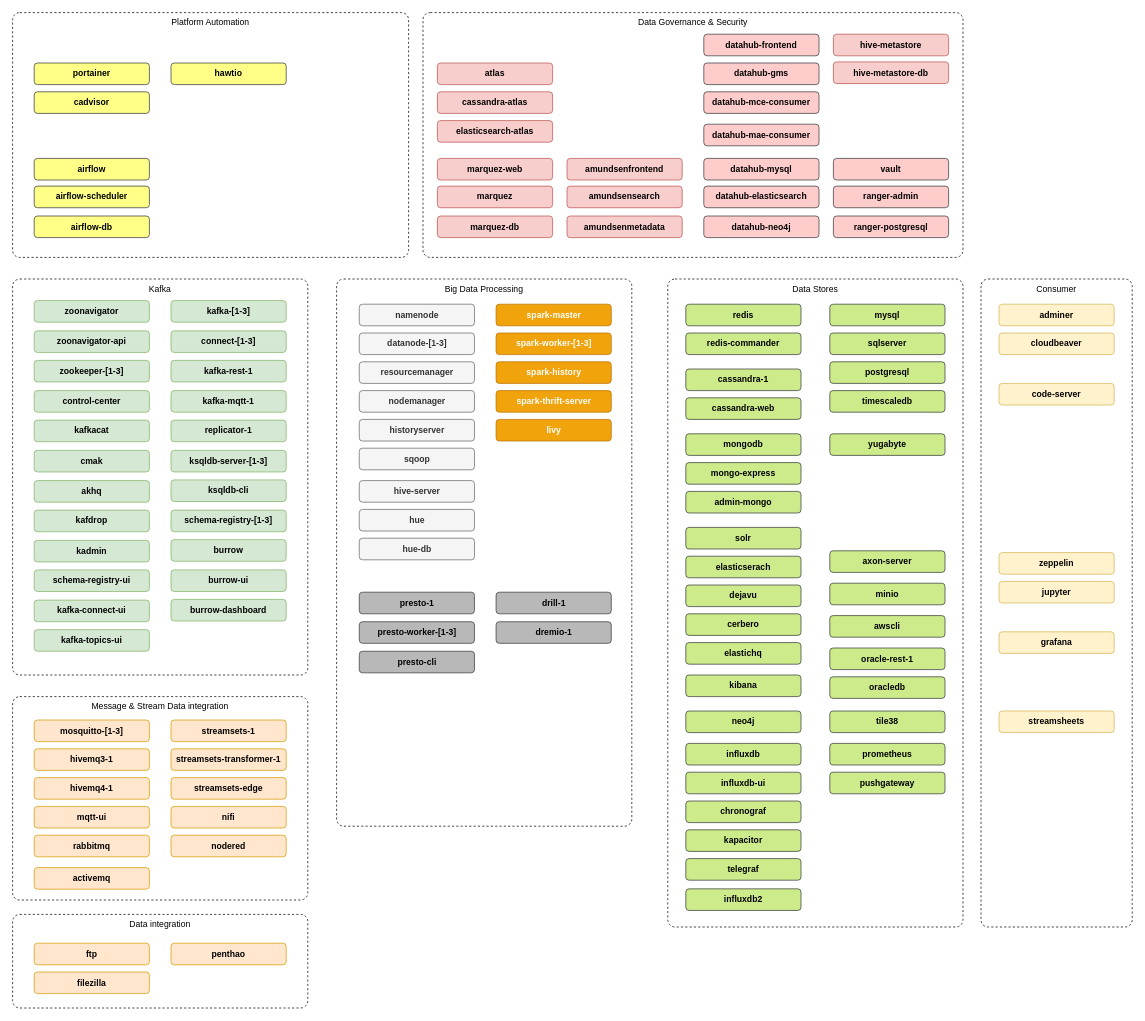
Before: page "Services" (1 of 4) of documentation/drawio/modern-data-platform.drawio in TrivadisPF/platys-modern-data-platform, a draw.io diagram. Source tidied: cells renumbered, new cells numbered last; positions are measured from the earlier drawing's top-left corner, leaving out a move shared by most shapes. Both pictures are drawn from the tidied source at 72%, with x=0, y=0 at pixel (12, 12).
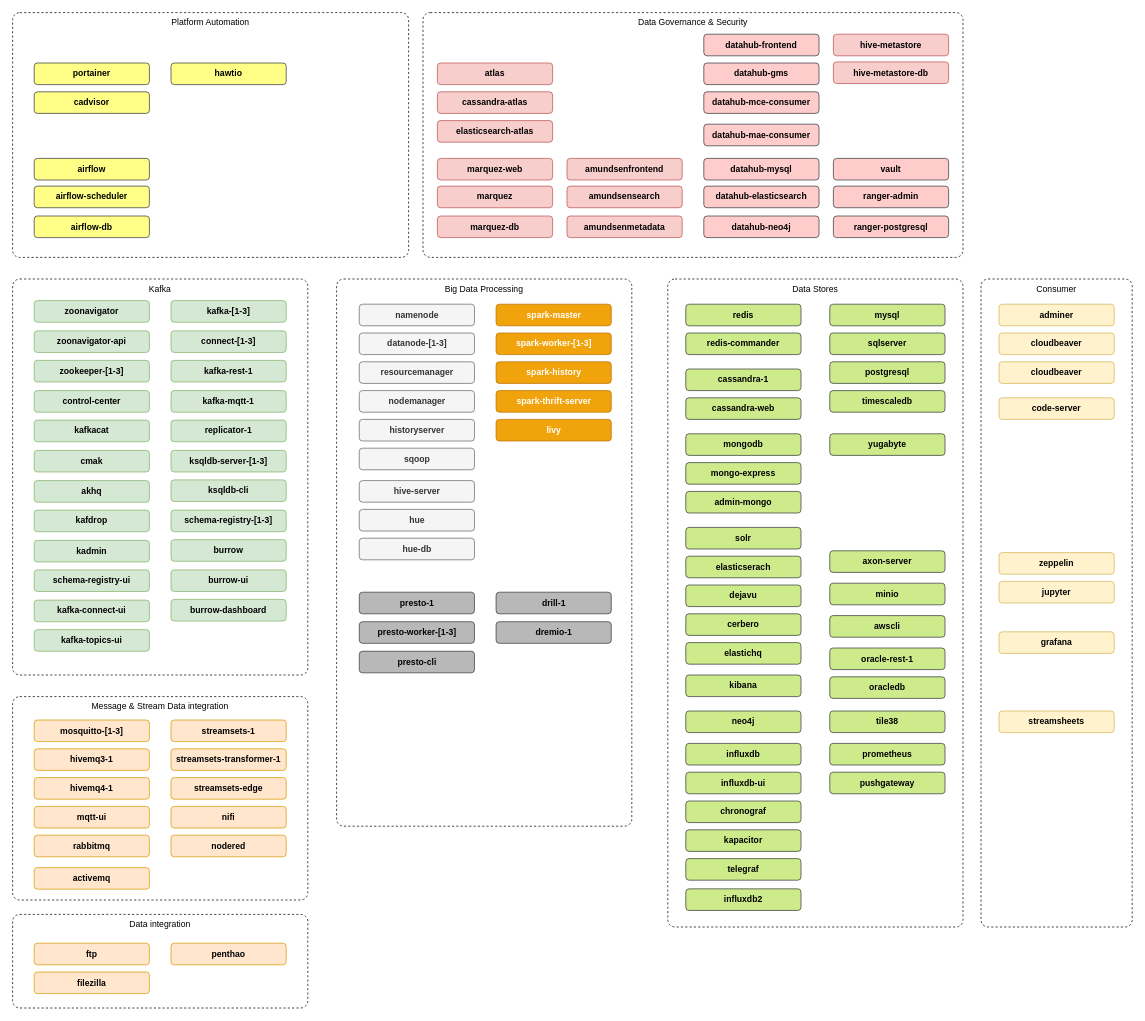
The same page after the edit.

Commit message (it also covers changes not shown here):
add quix service configured to work with presto: #190

The edit, as a diff of the source:
```diff
@@
     <mxCell id="101" value="&lt;span&gt;code-server&lt;/span&gt;" style="rounded=1;whiteSpace=wrap;html=1;fillColor=#fff2cc;strokeColor=#d6b656;fontStyle=1;" parent="1" vertex="1">
-      <mxGeometry x="1370" y="515" width="160" height="30" as="geometry" />
+      <mxGeometry x="1370" y="535" width="160" height="30" as="geometry" />
     </mxCell>
@@
+    <mxCell id="134" value="&lt;span&gt;cloudbeaver&lt;/span&gt;" style="rounded=1;whiteSpace=wrap;html=1;fillColor=#fff2cc;strokeColor=#d6b656;fontStyle=1;" parent="1" vertex="1">
+      <mxGeometry x="1370" y="485" width="160" height="30" as="geometry" />
+    </mxCell>
```
